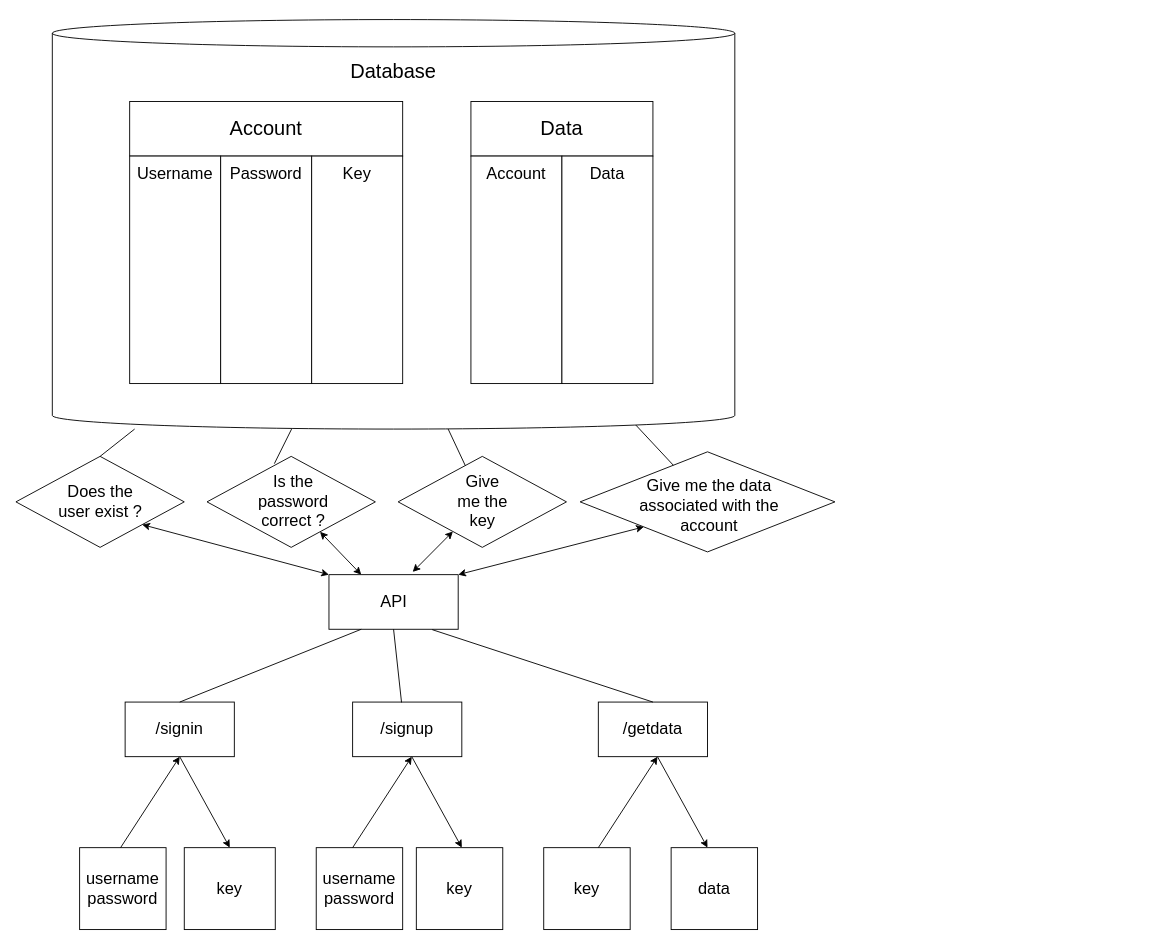
This is diagrams/Untitled Diagram.drawio from HamzaM3/book-wishlist, a draw.io file, before an edit. Source tidied: cells renumbered, new cells numbered last; positions are measured from the earlier drawing's top-left corner, leaving out a move shared by most shapes. Both pictures are drawn from the tidied source at 91%, with x=0, y=0 at pixel (15, 19).
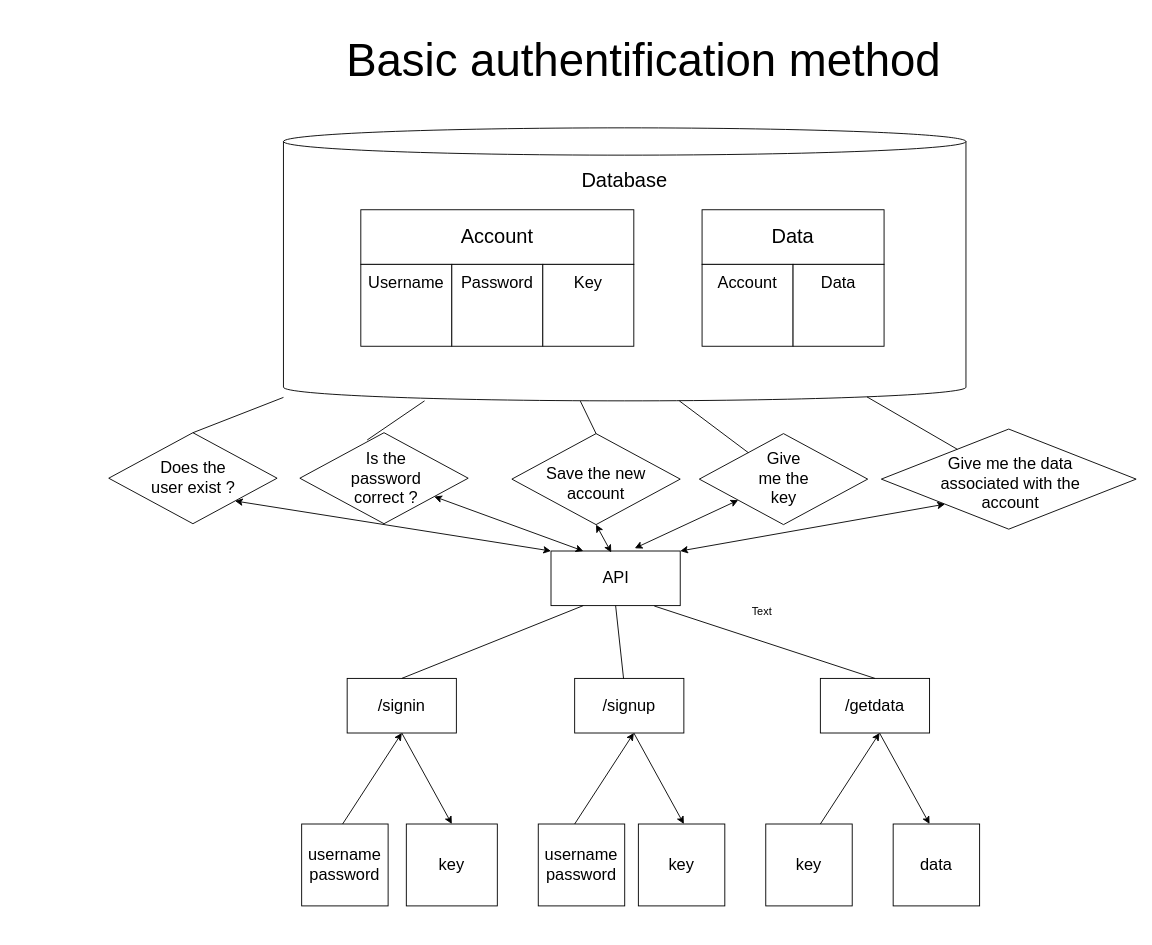
The same diagram, later.

The edit, as a diff of the source:
```diff
@@
     <mxCell id="2" style="shape=cylinder3;whiteSpace=wrap;html=1;boundedLbl=1;backgroundOutline=1;size=15;fontSize=22;labelBackgroundColor=none;" parent="1" vertex="1">
-      <mxGeometry x="40" width="750" height="450" as="geometry" />
+      <mxGeometry x="294" y="119" width="750" height="300" as="geometry" />
     </mxCell>
     <mxCell id="3" value="Database" style="text;html=1;strokeColor=none;fillColor=none;align=center;verticalAlign=middle;whiteSpace=wrap;rounded=0;fontSize=22;labelBackgroundColor=none;" parent="1" vertex="1">
-      <mxGeometry x="315" y="43" width="200" height="30" as="geometry" />
+      <mxGeometry x="569" y="162" width="200" height="30" as="geometry" />
     </mxCell>
     <mxCell id="4" style="rounded=0;whiteSpace=wrap;html=1;fontSize=22;labelBackgroundColor=none;" parent="1" vertex="1">
-      <mxGeometry x="125" y="90" width="300" height="60" as="geometry" />
+      <mxGeometry x="379" y="209" width="300" height="60" as="geometry" />
     </mxCell>
@@
     <mxCell id="6" value="Account" style="text;html=1;strokeColor=none;fillColor=none;align=center;verticalAlign=middle;whiteSpace=wrap;rounded=0;fontSize=22;labelBackgroundColor=none;" parent="1" vertex="1">
-      <mxGeometry x="225" y="105" width="100" height="30" as="geometry" />
+      <mxGeometry x="479" y="224" width="100" height="30" as="geometry" />
     </mxCell>
     <mxCell id="7" style="rounded=0;whiteSpace=wrap;html=1;fontSize=22;labelBackgroundColor=none;" parent="1" vertex="1">
-      <mxGeometry x="125" y="150" width="100" height="250" as="geometry" />
+      <mxGeometry x="379" y="269" width="100" height="90" as="geometry" />
     </mxCell>
     <mxCell id="8" style="rounded=0;whiteSpace=wrap;html=1;fontSize=22;labelBackgroundColor=none;" parent="1" vertex="1">
-      <mxGeometry x="225" y="150" width="100" height="250" as="geometry" />
+      <mxGeometry x="479" y="269" width="100" height="90" as="geometry" />
     </mxCell>
     <mxCell id="9" style="rounded=0;whiteSpace=wrap;html=1;fontSize=22;labelBackgroundColor=none;" parent="1" vertex="1">
-      <mxGeometry x="325" y="150" width="100" height="250" as="geometry" />
+      <mxGeometry x="579" y="269" width="100" height="90" as="geometry" />
     </mxCell>
     <mxCell id="10" value="Username" style="text;html=1;strokeColor=none;fillColor=none;align=center;verticalAlign=middle;whiteSpace=wrap;rounded=0;fontSize=18;labelBackgroundColor=none;" parent="1" vertex="1">
-      <mxGeometry x="120" y="155" width="110" height="30" as="geometry" />
+      <mxGeometry x="374" y="274" width="110" height="30" as="geometry" />
     </mxCell>
     <mxCell id="11" value="Password" style="text;html=1;strokeColor=none;fillColor=none;align=center;verticalAlign=middle;whiteSpace=wrap;rounded=0;fontSize=18;labelBackgroundColor=none;" parent="1" vertex="1">
-      <mxGeometry x="230" y="155" width="90" height="30" as="geometry" />
+      <mxGeometry x="484" y="274" width="90" height="30" as="geometry" />
     </mxCell>
     <mxCell id="12" value="Key" style="text;html=1;strokeColor=none;fillColor=none;align=center;verticalAlign=middle;whiteSpace=wrap;rounded=0;fontSize=18;labelBackgroundColor=none;" parent="1" vertex="1">
-      <mxGeometry x="330" y="155" width="90" height="30" as="geometry" />
+      <mxGeometry x="584" y="274" width="90" height="30" as="geometry" />
     </mxCell>
     <mxCell id="13" style="rounded=0;whiteSpace=wrap;html=1;fontSize=22;labelBackgroundColor=none;" parent="1" vertex="1">
-      <mxGeometry x="500" y="90" width="200" height="60" as="geometry" />
+      <mxGeometry x="754" y="209" width="200" height="60" as="geometry" />
     </mxCell>
@@
     <mxCell id="15" value="Data" style="text;html=1;strokeColor=none;fillColor=none;align=center;verticalAlign=middle;whiteSpace=wrap;rounded=0;fontSize=22;labelBackgroundColor=none;" parent="1" vertex="1">
-      <mxGeometry x="550" y="105" width="100" height="30" as="geometry" />
+      <mxGeometry x="804" y="224" width="100" height="30" as="geometry" />
     </mxCell>
     <mxCell id="16" style="rounded=0;whiteSpace=wrap;html=1;fontSize=22;labelBackgroundColor=none;" parent="1" vertex="1">
-      <mxGeometry x="500" y="150" width="100" height="250" as="geometry" />
+      <mxGeometry x="754" y="269" width="100" height="90" as="geometry" />
     </mxCell>
     <mxCell id="17" style="rounded=0;whiteSpace=wrap;html=1;fontSize=22;labelBackgroundColor=none;" parent="1" vertex="1">
-      <mxGeometry x="600" y="150" width="100" height="250" as="geometry" />
+      <mxGeometry x="854" y="269" width="100" height="90" as="geometry" />
     </mxCell>
     <mxCell id="18" value="Account" style="text;html=1;strokeColor=none;fillColor=none;align=center;verticalAlign=middle;whiteSpace=wrap;rounded=0;fontSize=18;labelBackgroundColor=none;" parent="1" vertex="1">
-      <mxGeometry x="495" y="155" width="110" height="30" as="geometry" />
+      <mxGeometry x="749" y="274" width="110" height="30" as="geometry" />
     </mxCell>
     <mxCell id="19" value="Data" style="text;html=1;strokeColor=none;fillColor=none;align=center;verticalAlign=middle;whiteSpace=wrap;rounded=0;fontSize=18;labelBackgroundColor=none;" parent="1" vertex="1">
-      <mxGeometry x="605" y="155" width="90" height="30" as="geometry" />
+      <mxGeometry x="859" y="274" width="90" height="30" as="geometry" />
     </mxCell>
     <mxCell id="20" style="rounded=0;whiteSpace=wrap;html=1;labelBackgroundColor=none;" parent="1" vertex="1">
-      <mxGeometry x="344" y="610" width="142" height="60" as="geometry" />
+      <mxGeometry x="588" y="584" width="142" height="60" as="geometry" />
     </mxCell>
     <mxCell id="21" value="API" style="text;html=1;strokeColor=none;fillColor=none;align=center;verticalAlign=middle;whiteSpace=wrap;rounded=0;fontSize=18;labelBackgroundColor=none;" parent="1" vertex="1">
-      <mxGeometry x="387.5" y="625" width="55" height="30" as="geometry" />
+      <mxGeometry x="631.5" y="599" width="55" height="30" as="geometry" />
     </mxCell>
     <mxCell id="22" style="rhombus;whiteSpace=wrap;html=1;fontSize=18;labelBackgroundColor=none;" parent="1" vertex="1">
-      <mxGeometry y="480" width="185" height="100" as="geometry" />
+      <mxGeometry x="102" y="454" width="185" height="100" as="geometry" />
     </mxCell>
     <mxCell id="23" style="rhombus;whiteSpace=wrap;html=1;fontSize=18;labelBackgroundColor=none;" parent="1" vertex="1">
-      <mxGeometry x="210" y="480" width="185" height="100" as="geometry" />
+      <mxGeometry x="312" y="454" width="185" height="100" as="geometry" />
     </mxCell>
     <mxCell id="24" style="rhombus;whiteSpace=wrap;html=1;fontSize=18;labelBackgroundColor=none;" parent="1" vertex="1">
-      <mxGeometry x="420" y="480" width="185" height="100" as="geometry" />
+      <mxGeometry x="751" y="455" width="185" height="100" as="geometry" />
     </mxCell>
     <mxCell id="25" value="Does the user exist ?" style="text;html=1;strokeColor=none;fillColor=none;align=center;verticalAlign=middle;whiteSpace=wrap;rounded=0;fontSize=18;labelBackgroundColor=none;" parent="1" vertex="1">
-      <mxGeometry x="37.5" y="515" width="110" height="30" as="geometry" />
+      <mxGeometry x="139.5" y="489" width="110" height="30" as="geometry" />
     </mxCell>
     <mxCell id="26" value="Is the password correct ?" style="text;html=1;strokeColor=none;fillColor=none;align=center;verticalAlign=middle;whiteSpace=wrap;rounded=0;fontSize=18;labelBackgroundColor=none;" parent="1" vertex="1">
-      <mxGeometry x="250" y="515" width="110" height="30" as="geometry" />
+      <mxGeometry x="352" y="491" width="110" height="28" as="geometry" />
     </mxCell>
     <mxCell id="27" value="Give me the key" style="text;html=1;strokeColor=none;fillColor=none;align=center;verticalAlign=middle;whiteSpace=wrap;rounded=0;fontSize=18;labelBackgroundColor=none;" parent="1" vertex="1">
-      <mxGeometry x="482.5" y="515" width="60" height="30" as="geometry" />
+      <mxGeometry x="813.5" y="490" width="60" height="30" as="geometry" />
     </mxCell>
     <mxCell id="28" style="rhombus;whiteSpace=wrap;html=1;fontSize=18;labelBackgroundColor=none;" parent="1" vertex="1">
-      <mxGeometry x="620" y="475" width="280" height="110" as="geometry" />
+      <mxGeometry x="951" y="450" width="280" height="110" as="geometry" />
     </mxCell>
     <mxCell id="29" value="Give me the data associated with the account" style="text;html=1;strokeColor=none;fillColor=none;align=center;verticalAlign=middle;whiteSpace=wrap;rounded=0;fontSize=18;labelBackgroundColor=none;" parent="1" vertex="1">
-      <mxGeometry x="682.5" y="520" width="157.5" height="30" as="geometry" />
+      <mxGeometry x="1013.5" y="495" width="157.5" height="30" as="geometry" />
     </mxCell>
@@
     <mxCell id="34" value="/signin" style="rounded=0;whiteSpace=wrap;html=1;fontSize=18;labelBackgroundColor=none;" parent="1" vertex="1">
-      <mxGeometry x="120" y="750" width="120" height="60" as="geometry" />
+      <mxGeometry x="364" y="724" width="120" height="60" as="geometry" />
     </mxCell>
     <mxCell id="35" value="/signup" style="rounded=0;whiteSpace=wrap;html=1;fontSize=18;labelBackgroundColor=none;" parent="1" vertex="1">
-      <mxGeometry x="370" y="750" width="120" height="60" as="geometry" />
+      <mxGeometry x="614" y="724" width="120" height="60" as="geometry" />
     </mxCell>
     <mxCell id="36" value="/getdata" style="rounded=0;whiteSpace=wrap;html=1;fontSize=18;labelBackgroundColor=none;" parent="1" vertex="1">
-      <mxGeometry x="640" y="750" width="120" height="60" as="geometry" />
+      <mxGeometry x="884" y="724" width="120" height="60" as="geometry" />
     </mxCell>
     <mxCell id="37" value="&lt;div&gt;username&lt;/div&gt;&lt;div&gt;password&lt;br&gt;&lt;/div&gt;" style="rounded=0;whiteSpace=wrap;html=1;fontSize=18;labelBackgroundColor=none;" parent="1" vertex="1">
-      <mxGeometry x="70" y="910" width="95" height="90" as="geometry" />
+      <mxGeometry x="314" y="884" width="95" height="90" as="geometry" />
     </mxCell>
     <mxCell id="38" value="&lt;div&gt;username&lt;/div&gt;&lt;div&gt;password&lt;br&gt;&lt;/div&gt;" style="rounded=0;whiteSpace=wrap;html=1;fontSize=18;labelBackgroundColor=none;" parent="1" vertex="1">
-      <mxGeometry x="330" y="910" width="95" height="90" as="geometry" />
+      <mxGeometry x="574" y="884" width="95" height="90" as="geometry" />
     </mxCell>
     <mxCell id="39" value="key" style="rounded=0;whiteSpace=wrap;html=1;fontSize=18;labelBackgroundColor=none;" parent="1" vertex="1">
-      <mxGeometry x="580" y="910" width="95" height="90" as="geometry" />
+      <mxGeometry x="824" y="884" width="95" height="90" as="geometry" />
     </mxCell>
     <mxCell id="40" value="key" style="rounded=0;whiteSpace=wrap;html=1;fontSize=18;labelBackgroundColor=none;" parent="1" vertex="1">
-      <mxGeometry x="185" y="910" width="100" height="90" as="geometry" />
+      <mxGeometry x="429" y="884" width="100" height="90" as="geometry" />
     </mxCell>
     <mxCell id="41" value="key" style="rounded=0;whiteSpace=wrap;html=1;fontSize=18;labelBackgroundColor=none;" parent="1" vertex="1">
-      <mxGeometry x="440" y="910" width="95" height="90" as="geometry" />
+      <mxGeometry x="684" y="884" width="95" height="90" as="geometry" />
     </mxCell>
     <mxCell id="42" value="data" style="rounded=0;whiteSpace=wrap;html=1;fontSize=18;labelBackgroundColor=none;" parent="1" vertex="1">
-      <mxGeometry x="720" y="910" width="95" height="90" as="geometry" />
+      <mxGeometry x="964" y="884" width="95" height="90" as="geometry" />
     </mxCell>
     <mxCell id="43" style="endArrow=classic;html=1;rounded=0;fontSize=18;entryX=0.5;entryY=1;entryDx=0;entryDy=0;labelBackgroundColor=none;fontColor=default;" parent="1" edge="1" target="34">
       <mxGeometry relative="1" as="geometry">
-        <mxPoint x="115" y="910" as="sourcePoint" />
+        <mxPoint x="359" y="884" as="sourcePoint" />
       </mxGeometry>
     </mxCell>
@@
     <mxCell id="45" style="endArrow=classic;html=1;rounded=0;fontSize=18;entryX=0.5;entryY=1;entryDx=0;entryDy=0;labelBackgroundColor=none;fontColor=default;" parent="1" edge="1">
       <mxGeometry relative="1" as="geometry">
-        <mxPoint x="370" y="910" as="sourcePoint" />
-        <mxPoint x="435" y="810" as="targetPoint" />
+        <mxPoint x="614" y="884" as="sourcePoint" />
+        <mxPoint x="679" y="784" as="targetPoint" />
       </mxGeometry>
     </mxCell>
     <mxCell id="46" style="endArrow=classic;html=1;rounded=0;fontSize=18;entryX=0.5;entryY=0;entryDx=0;entryDy=0;exitX=0.5;exitY=1;exitDx=0;exitDy=0;labelBackgroundColor=none;fontColor=default;" parent="1" edge="1">
       <mxGeometry relative="1" as="geometry">
-        <mxPoint x="435" y="810" as="sourcePoint" />
-        <mxPoint x="490" y="910" as="targetPoint" />
+        <mxPoint x="679" y="784" as="sourcePoint" />
+        <mxPoint x="734" y="884" as="targetPoint" />
       </mxGeometry>
     </mxCell>
     <mxCell id="47" style="endArrow=classic;html=1;rounded=0;fontSize=18;entryX=0.5;entryY=1;entryDx=0;entryDy=0;labelBackgroundColor=none;fontColor=default;" parent="1" edge="1">
       <mxGeometry relative="1" as="geometry">
-        <mxPoint x="640" y="910" as="sourcePoint" />
-        <mxPoint x="705" y="810" as="targetPoint" />
+        <mxPoint x="884" y="884" as="sourcePoint" />
+        <mxPoint x="949" y="784" as="targetPoint" />
       </mxGeometry>
     </mxCell>
     <mxCell id="48" style="endArrow=classic;html=1;rounded=0;fontSize=18;entryX=0.5;entryY=0;entryDx=0;entryDy=0;exitX=0.5;exitY=1;exitDx=0;exitDy=0;labelBackgroundColor=none;fontColor=default;" parent="1" edge="1">
       <mxGeometry relative="1" as="geometry">
-        <mxPoint x="705" y="810" as="sourcePoint" />
-        <mxPoint x="760" y="910" as="targetPoint" />
+        <mxPoint x="949" y="784" as="sourcePoint" />
+        <mxPoint x="1004" y="884" as="targetPoint" />
       </mxGeometry>
     </mxCell>
@@
+    <mxCell id="56" value="Text" style="text;html=1;strokeColor=none;fillColor=none;align=center;verticalAlign=middle;whiteSpace=wrap;rounded=0;" parent="1" vertex="1">
+      <mxGeometry x="790" y="636" width="60" height="30" as="geometry" />
+    </mxCell>
+    <mxCell id="57" value="Basic authentification method" style="text;html=1;strokeColor=none;fillColor=none;align=center;verticalAlign=middle;whiteSpace=wrap;rounded=0;fontSize=50;" parent="1" vertex="1">
+      <mxGeometry x="271" y="-4" width="838" height="98" as="geometry" />
+    </mxCell>
+    <mxCell id="58" style="rhombus;whiteSpace=wrap;html=1;fontSize=18;labelBackgroundColor=none;" parent="1" vertex="1">
+      <mxGeometry x="545" y="455" width="185" height="100" as="geometry" />
+    </mxCell>
+    <mxCell id="59" value="Save the new account" style="text;html=1;strokeColor=none;fillColor=none;align=center;verticalAlign=middle;whiteSpace=wrap;rounded=0;fontSize=18;labelBackgroundColor=none;" parent="1" vertex="1">
+      <mxGeometry x="562.2" y="495" width="150.5" height="30" as="geometry" />
+    </mxCell>
+    <mxCell id="60" style="endArrow=classic;startArrow=classic;html=1;rounded=0;fontSize=50;exitX=0.466;exitY=0.027;exitDx=0;exitDy=0;exitPerimeter=0;entryX=0.5;entryY=1;entryDx=0;entryDy=0;" parent="1" edge="1" source="20" target="58">
+      <mxGeometry relative="1" as="geometry" />
+    </mxCell>
+    <mxCell id="61" style="endArrow=none;html=1;rounded=0;fontSize=50;entryX=0.435;entryY=1.001;entryDx=0;entryDy=0;entryPerimeter=0;exitX=0.5;exitY=0;exitDx=0;exitDy=0;" parent="1" edge="1" source="58" target="2">
+      <mxGeometry relative="1" as="geometry" />
+    </mxCell>
```
